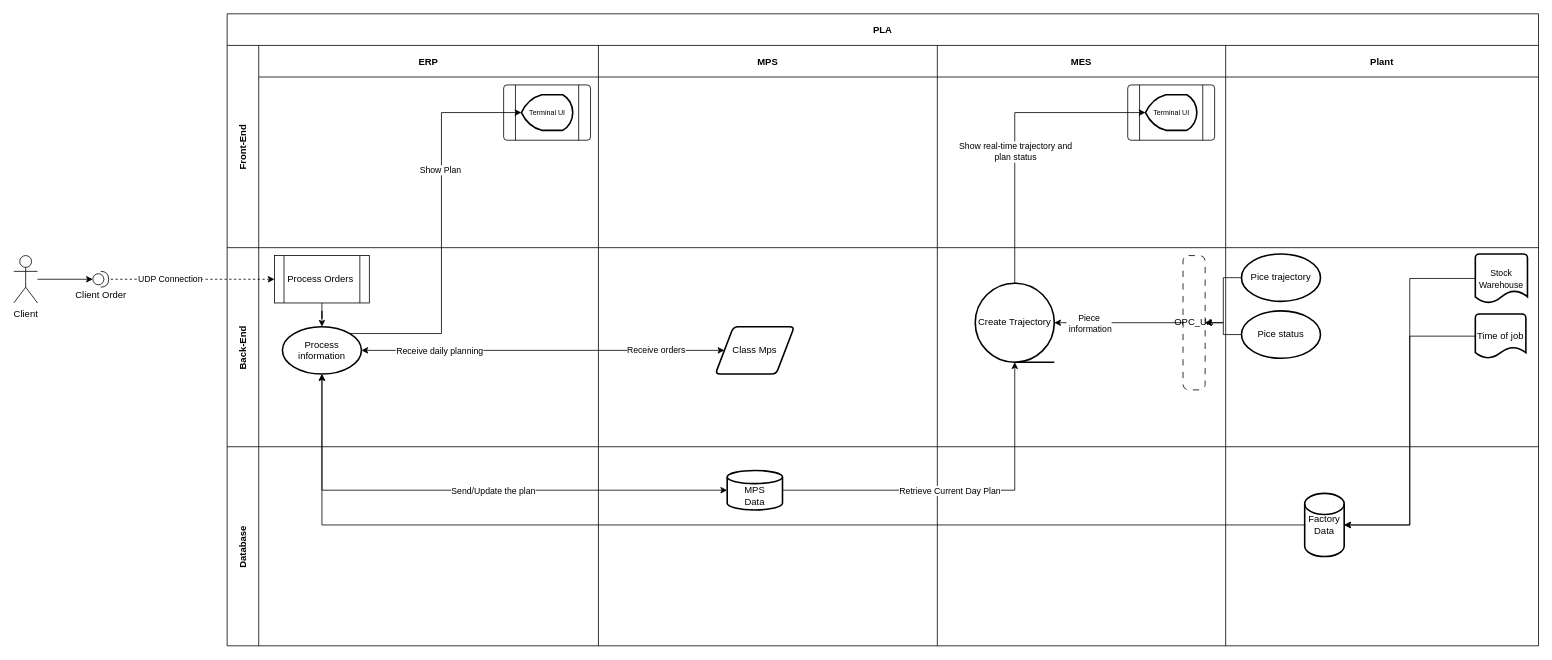
gpizzigh-bit/Automation-of-a-Production-Line keeps this draw.io diagram as page "Flow-chart" (1 of 7) of PLA_APP_Diagrams.drawio. Above is the earlier version. Source tidied: cells renumbered, new cells numbered last; positions are measured from the earlier drawing's top-left corner, leaving out a move shared by most shapes. Both pictures are drawn from the tidied source at 79%, with x=0, y=0 at pixel (13, 13).
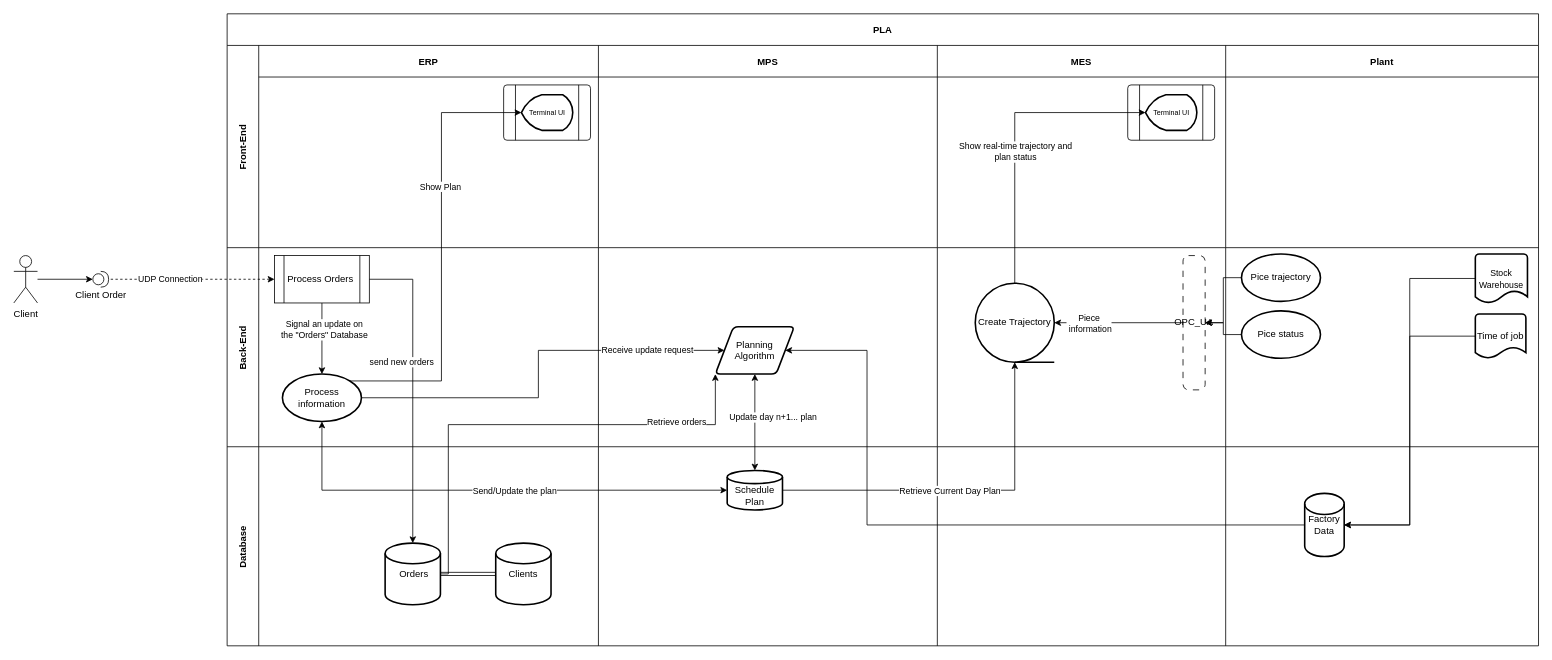
The same diagram, later.

The change refers to these unchanged cells:
```xml
<mxCell id="2" value="PLA" style="shape=table;childLayout=tableLayout;startSize=40;fillColor=none;fontStyle=1;" parent="1" vertex="1">
  <mxGeometry x="270" width="1660" height="800" as="geometry" />
</mxCell>
<mxCell id="15" value="Back-End" style="shape=tableRow;horizontal=0;swimlaneHead=0;swimlaneBody=0;top=0;left=0;bottom=0;right=0;fillColor=none;startSize=40;fontStyle=1;" parent="2" vertex="1">
  <mxGeometry y="296" width="1660" height="252" as="geometry" />
</mxCell>
<mxCell id="16" style="swimlane;swimlaneHead=0;swimlaneBody=0;fillColor=none;startSize=0;fontStyle=1;" parent="15" vertex="1">
  <mxGeometry x="40" width="430" height="252" as="geometry" />
</mxCell>
<mxCell id="17" style="edgeStyle=orthogonalEdgeStyle;rounded=0;jettySize=auto;html=1;" parent="16" edge="1" source="18" target="19">
  <mxGeometry relative="1" as="geometry" />
</mxCell>
<mxCell id="18" value="Process Orders&amp;nbsp;" style="shape=process;whiteSpace=wrap;html=1;backgroundOutline=1;" parent="16" vertex="1">
  <mxGeometry x="20" y="10" width="120" height="60" as="geometry" />
</mxCell>
<mxCell id="20" style="swimlane;swimlaneHead=0;swimlaneBody=0;fillColor=none;startSize=0;fontStyle=1;" parent="15" vertex="1">
  <mxGeometry x="470" width="429" height="252" as="geometry" />
</mxCell>
<mxCell id="38" style="swimlane;swimlaneHead=0;swimlaneBody=0;fillColor=none;startSize=0;fontStyle=1;" parent="37" vertex="1">
  <mxGeometry x="40" width="430" height="252" as="geometry" />
</mxCell>
<mxCell id="39" style="swimlane;swimlaneHead=0;swimlaneBody=0;fillColor=none;startSize=0;fontStyle=1;" parent="37" vertex="1">
  <mxGeometry x="470" width="429" height="252" as="geometry" />
</mxCell>
<mxCell id="43" value="Factory&lt;br&gt;Data" style="strokeWidth=2;html=1;shape=mxgraph.flowchart.database;whiteSpace=wrap;" parent="42" vertex="1">
  <mxGeometry x="100" y="59" width="50" height="80" as="geometry" />
</mxCell>
```

What changed in the source:
```diff
@@
+    <mxCell id="60" value="Signal an update on &lt;br&gt;the &quot;Orders&quot; Database" style="edgeLabel;html=1;align=center;verticalAlign=middle;" parent="17" vertex="1">
+      <mxGeometry x="-0.26" y="2" relative="1" as="geometry" />
+    </mxCell>
@@
     <mxCell id="19" value="Process information" style="strokeWidth=2;html=1;shape=mxgraph.flowchart.start_1;whiteSpace=wrap;" parent="16" vertex="1">
-      <mxGeometry x="30" y="100" width="100" height="60" as="geometry" />
+      <mxGeometry x="30" y="160" width="100" height="60" as="geometry" />
     </mxCell>
@@
-    <mxCell id="21" value="Class Mps" style="shape=parallelogram;html=1;strokeWidth=2;perimeter=parallelogramPerimeter;whiteSpace=wrap;rounded=1;arcSize=12;size=0.23;" parent="20" vertex="1">
+    <mxCell id="21" value="Planning Algorithm" style="shape=parallelogram;html=1;strokeWidth=2;perimeter=parallelogramPerimeter;whiteSpace=wrap;rounded=1;arcSize=12;size=0.23;" parent="20" vertex="1">
       <mxGeometry x="148" y="100" width="100" height="60" as="geometry" />
     </mxCell>
@@
-    <mxCell id="32" style="edgeStyle=orthogonalEdgeStyle;rounded=0;jettySize=auto;html=1;startArrow=classic;startFill=1;" parent="15" edge="1" source="19" target="21">
+    <mxCell id="32" style="edgeStyle=orthogonalEdgeStyle;rounded=0;jettySize=auto;html=1;startArrow=none;startFill=0;" parent="15" edge="1" source="19" target="21">
       <mxGeometry relative="1" as="geometry" />
     </mxCell>
-    <mxCell id="33" value="Receive orders" style="edgeLabel;html=1;align=center;verticalAlign=middle;" parent="32" vertex="1">
+    <mxCell id="33" value="Receive update request" style="edgeLabel;html=1;align=center;verticalAlign=middle;" parent="32" vertex="1">
       <mxGeometry x="0.62" y="1" relative="1" as="geometry" />
     </mxCell>
-    <mxCell id="34" value="Receive daily planning" style="edgeLabel;html=1;align=center;verticalAlign=middle;" parent="32" vertex="1">
-      <mxGeometry x="-0.73" relative="1" as="geometry">
-        <mxPoint x="36" as="offset" />
-      </mxGeometry>
-    </mxCell>
@@
+    <mxCell id="61" style="edgeStyle=orthogonalEdgeStyle;rounded=0;jettySize=auto;html=1;endArrow=none;endFill=0;shape=link;" parent="38" edge="1" source="62" target="63">
+      <mxGeometry relative="1" as="geometry" />
+    </mxCell>
+    <mxCell id="62" value="&amp;nbsp;Orders" style="strokeWidth=2;html=1;shape=mxgraph.flowchart.database;whiteSpace=wrap;" parent="38" vertex="1">
+      <mxGeometry x="160" y="122" width="70" height="78" as="geometry" />
+    </mxCell>
+    <mxCell id="63" value="Clients" style="strokeWidth=2;html=1;shape=mxgraph.flowchart.database;whiteSpace=wrap;" parent="38" vertex="1">
+      <mxGeometry x="300" y="122" width="70" height="78" as="geometry" />
+    </mxCell>
@@
-    <mxCell id="40" value="&lt;br&gt;MPS&lt;br&gt;Data" style="strokeWidth=2;html=1;shape=mxgraph.flowchart.database;whiteSpace=wrap;" parent="39" vertex="1">
+    <mxCell id="40" value="&lt;br&gt;Schedule Plan" style="strokeWidth=2;html=1;shape=mxgraph.flowchart.database;whiteSpace=wrap;" parent="39" vertex="1">
       <mxGeometry x="163" y="30" width="70" height="50" as="geometry" />
     </mxCell>
@@
-    <mxCell id="44" style="edgeStyle=orthogonalEdgeStyle;rounded=0;jettySize=auto;html=1;entryX=0.5;entryY=1;entryDx=0;entryDy=0;entryPerimeter=0;" parent="2" edge="1" source="43" target="19">
-      <mxGeometry relative="1" as="geometry" />
+    <mxCell id="44" style="edgeStyle=orthogonalEdgeStyle;rounded=0;jettySize=auto;html=1;entryX=1;entryY=0.5;entryDx=0;entryDy=0;" parent="2" edge="1" source="43" target="21">
+      <mxGeometry relative="1" as="geometry">
+        <Array as="points">
+          <mxPoint x="810" y="647" />
+          <mxPoint x="810" y="426" />
+        </Array>
+      </mxGeometry>
     </mxCell>
@@
+    <mxCell id="64" style="edgeStyle=orthogonalEdgeStyle;rounded=0;jettySize=auto;html=1;entryX=0.5;entryY=0;entryDx=0;entryDy=0;entryPerimeter=0;startArrow=classic;startFill=1;" parent="2" edge="1" source="21" target="40">
+      <mxGeometry relative="1" as="geometry" />
+    </mxCell>
+    <mxCell id="65" value="Update day n+1... plan" style="edgeLabel;html=1;align=center;verticalAlign=middle;" parent="64" vertex="1">
+      <mxGeometry x="-0.12" y="2" relative="1" as="geometry">
+        <mxPoint x="20" as="offset" />
+      </mxGeometry>
+    </mxCell>
+    <mxCell id="66" style="edgeStyle=orthogonalEdgeStyle;rounded=0;jettySize=auto;html=1;" parent="2" edge="1" source="18" target="62">
+      <mxGeometry relative="1" as="geometry" />
+    </mxCell>
+    <mxCell id="67" value="send new orders" style="edgeLabel;html=1;align=center;verticalAlign=middle;" parent="66" vertex="1">
+      <mxGeometry x="-0.34" relative="1" as="geometry">
+        <mxPoint x="-15" y="31" as="offset" />
+      </mxGeometry>
+    </mxCell>
+    <mxCell id="68" style="edgeStyle=orthogonalEdgeStyle;rounded=0;jettySize=auto;html=1;exitX=0;exitY=1;exitDx=0;exitDy=0;startArrow=classic;startFill=1;endArrow=none;endFill=0;" parent="2" edge="1" source="21" target="62">
+      <mxGeometry relative="1" as="geometry">
+        <Array as="points">
+          <mxPoint x="618" y="520" />
+          <mxPoint x="280" y="520" />
+          <mxPoint x="280" y="709" />
+        </Array>
+      </mxGeometry>
+    </mxCell>
+    <mxCell id="69" value="Retrieve orders" style="edgeLabel;html=1;align=center;verticalAlign=middle;" parent="68" vertex="1">
+      <mxGeometry x="-0.32" y="1" relative="1" as="geometry">
+        <mxPoint x="90" y="-5" as="offset" />
+      </mxGeometry>
+    </mxCell>
```
